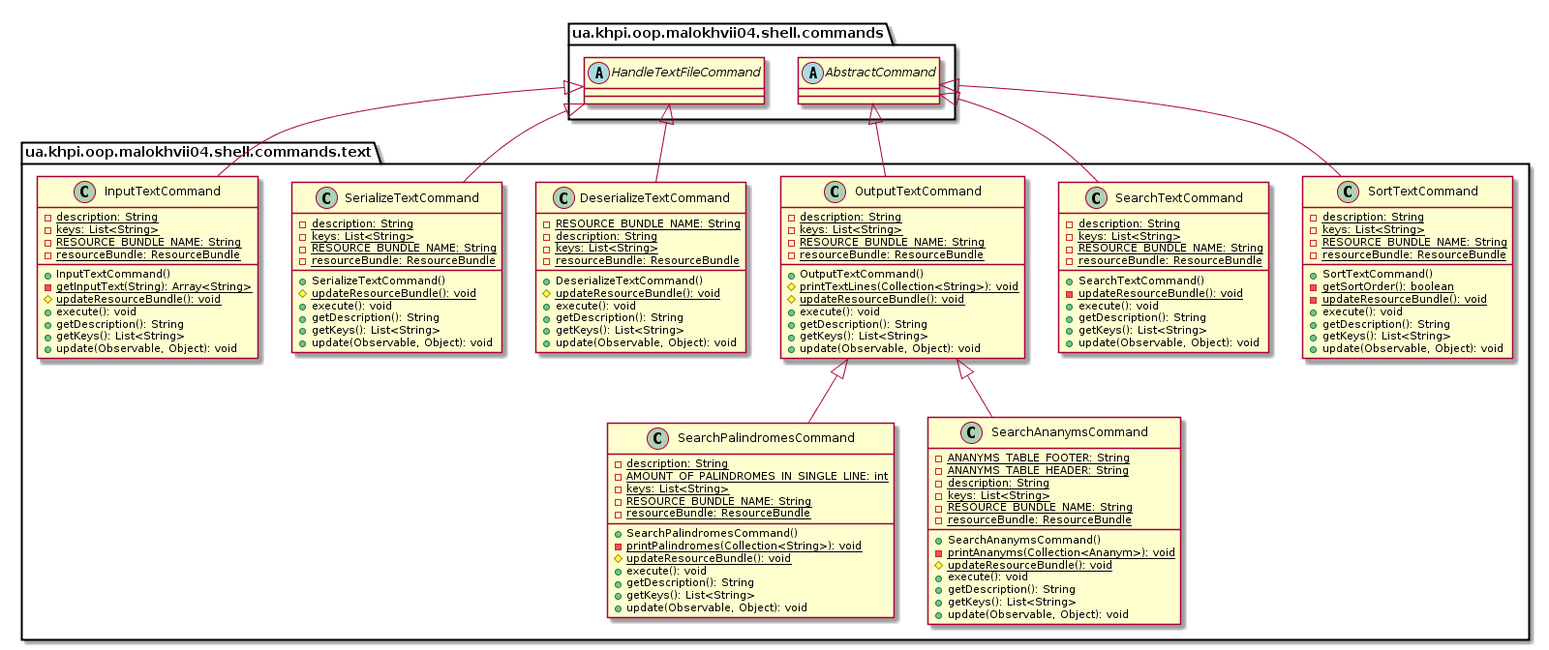
P-Kalin/kit26a keeps this PlantUML diagram as malokhvii-eduard/malokhvii04/doc/plantuml/png/ua.khpi.oop.malokhvii04.shell.commands.text.package.png. Above is the earlier version.
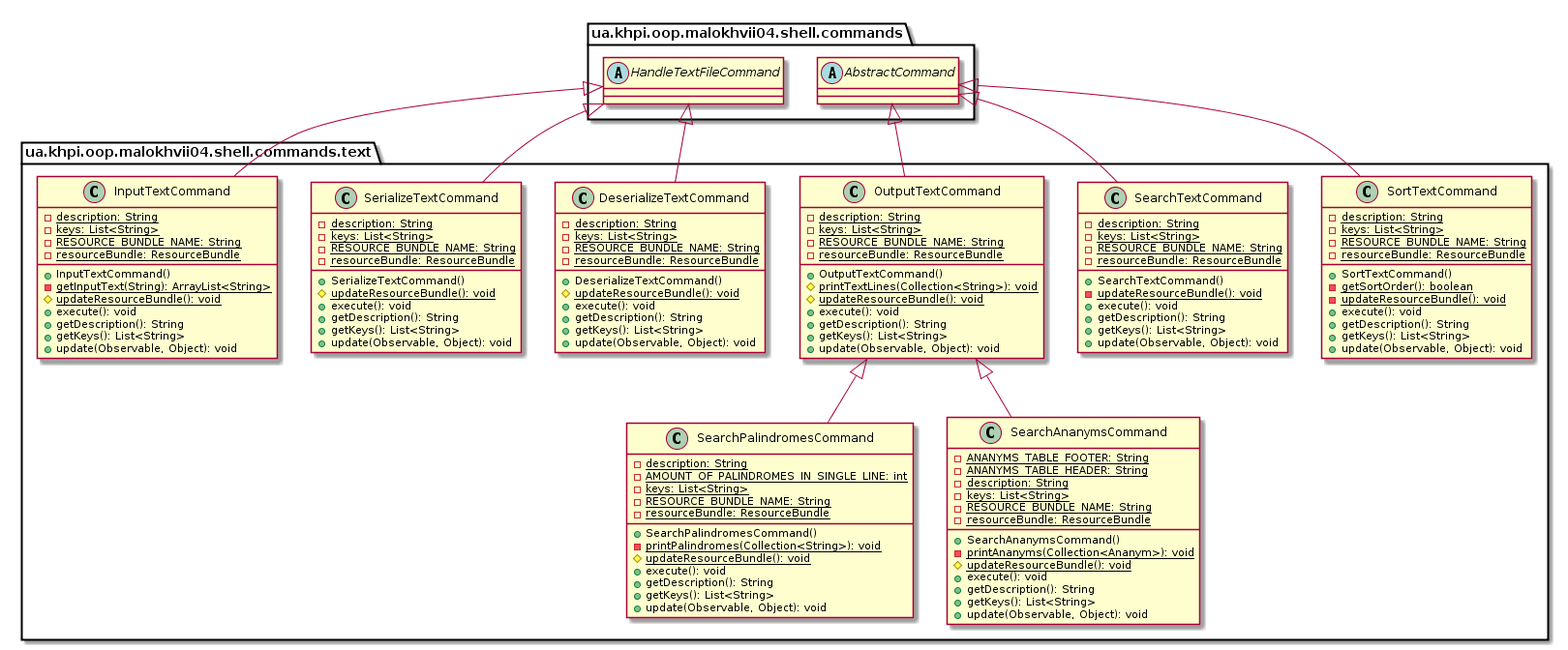
After the commit.

Change to the diagram source:
```diff
@@ -3,9 +3,9 @@
     namespace ua.khpi.oop.malokhvii04.shell.commands.text {
 
         class DeserializeTextCommand {
-            {static} -RESOURCE_BUNDLE_NAME: String
             {static} -description: String
             {static} -keys: List<String>
+            {static} -RESOURCE_BUNDLE_NAME: String
             {static} -resourceBundle: ResourceBundle
             +DeserializeTextCommand()
             {static} #updateResourceBundle(): void
@@ -93,7 +93,7 @@
             {static} -RESOURCE_BUNDLE_NAME: String
             {static} -resourceBundle: ResourceBundle
             +InputTextCommand()
-            {static} -getInputText(String): Array<String>
+            {static} -getInputText(String): ArrayList<String>
             {static} #updateResourceBundle(): void
             +execute(): void
             +getDescription(): String
```
